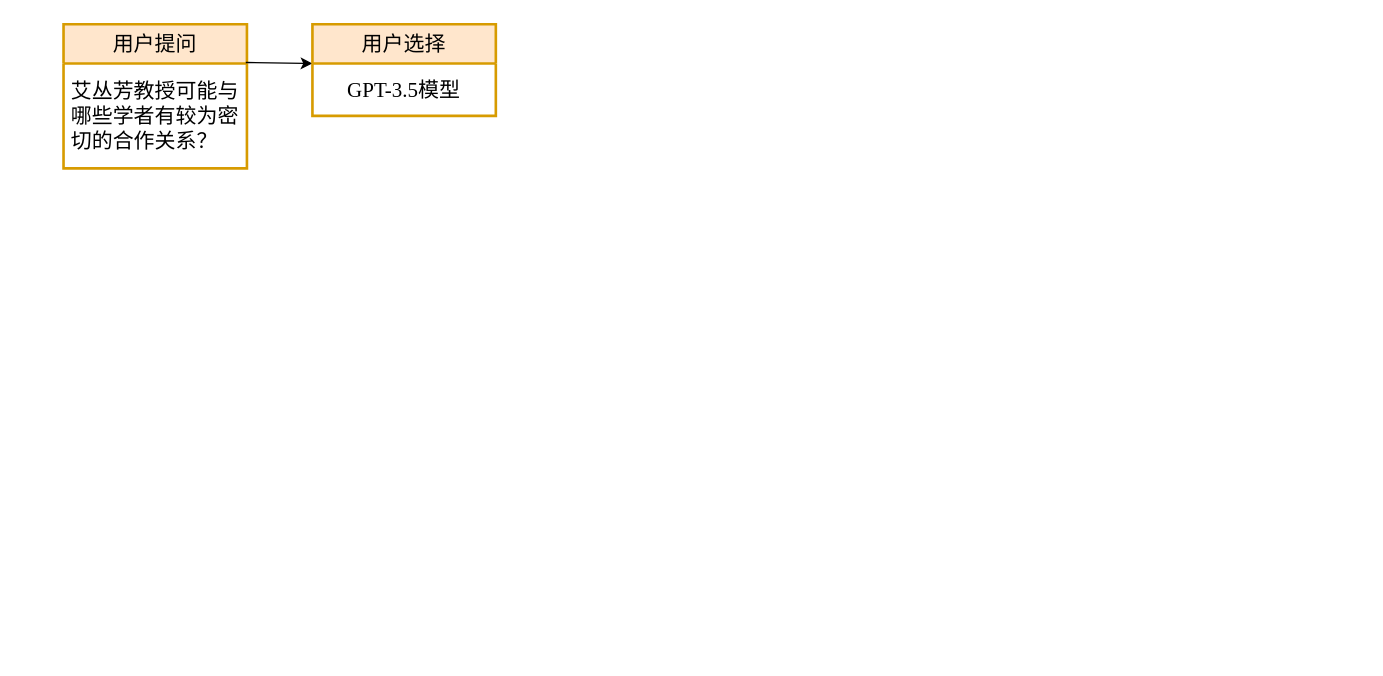
sjgcsf/software_engineering keeps this draw.io diagram as 用户通过选择GPT-3.5模型.drawio. Above is the earlier version. Source tidied: cells renumbered, new cells numbered last; positions are measured from the earlier drawing's top-left corner, leaving out a move shared by most shapes. Both pictures are drawn from the tidied source at 131%, with x=0, y=0 at pixel (63, 24).
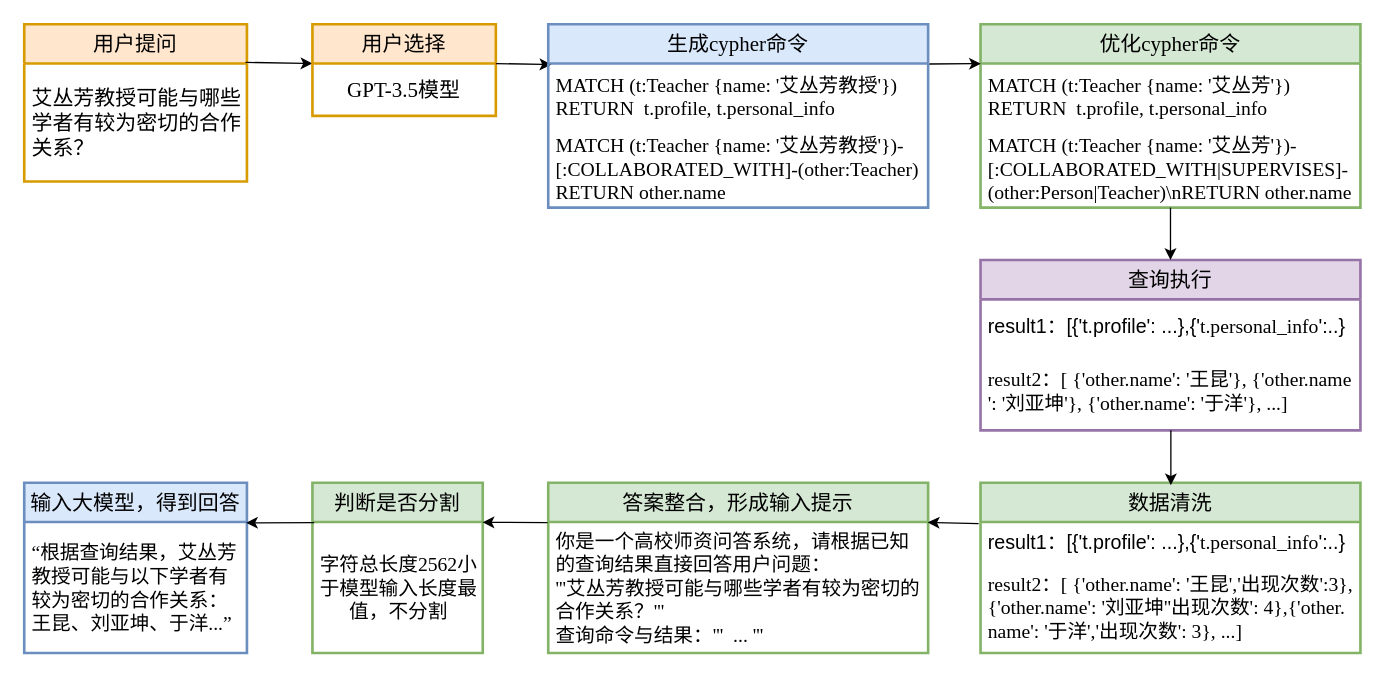
Above is the later version.

Commit message (it also covers changes not shown here):
更新用户通过选择GPT-3.5模型.drawio

Change to the diagram source:
```diff
@@
     <mxCell id="2" value="&lt;span style=&quot;font-family: &amp;quot;Times New Roman&amp;quot;; font-size: 16px;&quot;&gt;用户提问&lt;/span&gt;" style="swimlane;fontStyle=0;horizontal=1;startSize=30;whiteSpace=wrap;html=1;strokeWidth=2;fillColor=#ffe6cc;strokeColor=#d79b00;" parent="1" vertex="1">
-      <mxGeometry width="140" height="110" as="geometry" />
+      <mxGeometry x="-30" width="170" height="120" as="geometry" />
     </mxCell>
     <mxCell id="3" value="&lt;span style=&quot;font-family: &amp;quot;Times New Roman&amp;quot;; font-size: 16px; text-align: center;&quot;&gt;艾丛芳教授可能与哪些学者有较为密切的合作关系？&lt;/span&gt;" style="text;strokeColor=none;fillColor=none;align=left;verticalAlign=middle;spacingLeft=4;spacingRight=4;overflow=hidden;points=[[0,0.5],[1,0.5]];portConstraint=eastwest;whiteSpace=wrap;html=1;fontFamily=Helvetica;fontSize=12;fontColor=default;" parent="2" vertex="1">
-      <mxGeometry y="30" width="140" height="80" as="geometry" />
+      <mxGeometry y="30" width="170" height="90" as="geometry" />
     </mxCell>
@@
+    <mxCell id="7" style="endArrow=classic;html=1;rounded=0;entryX=0.006;entryY=0.01;entryDx=0;entryDy=0;entryPerimeter=0;" parent="1" edge="1">
+      <mxGeometry relative="1" as="geometry">
+        <mxPoint x="330" y="30" as="sourcePoint" />
+        <mxPoint x="372.4" y="30.8" as="targetPoint" />
+      </mxGeometry>
+    </mxCell>
+    <mxCell id="8" value="&lt;span style=&quot;font-family: &amp;quot;Times New Roman&amp;quot;; font-size: 16px;&quot;&gt;生成cypher命令&lt;/span&gt;" style="swimlane;fontStyle=0;horizontal=1;startSize=30;whiteSpace=wrap;html=1;align=center;verticalAlign=middle;spacingLeft=4;spacingRight=4;fontFamily=Helvetica;fontSize=12;fontColor=default;fillColor=#dae8fc;gradientColor=none;strokeColor=#6c8ebf;strokeWidth=2;" parent="1" vertex="1">
+      <mxGeometry x="370" width="290" height="140" as="geometry" />
+    </mxCell>
+    <mxCell id="9" value="&lt;div style=&quot;font-size: 15px;&quot;&gt;&lt;span style=&quot;background-color: initial;&quot;&gt;&lt;font face=&quot;Times New Roman&quot; style=&quot;font-size: 15px;&quot;&gt;MATCH (t:Teacher {name: '艾丛芳教授'})&lt;/font&gt;&lt;/span&gt;&lt;/div&gt;&lt;div style=&quot;font-size: 15px;&quot;&gt;&lt;span style=&quot;background-color: initial;&quot;&gt;&lt;font face=&quot;Times New Roman&quot;&gt;&lt;font style=&quot;font-size: 15px;&quot;&gt;RETURN&amp;nbsp; t&lt;/font&gt;&lt;font style=&quot;font-size: 15px;&quot;&gt;.profile, t.personal_inf&lt;/font&gt;&lt;font style=&quot;font-size: 15px;&quot;&gt;o&lt;/font&gt;&lt;/font&gt;&lt;/span&gt;&lt;/div&gt;" style="text;strokeColor=none;fillColor=none;align=left;verticalAlign=middle;spacingLeft=4;spacingRight=4;overflow=hidden;points=[[0,0.5],[1,0.5]];portConstraint=eastwest;whiteSpace=wrap;html=1;fontFamily=Helvetica;fontSize=12;fontColor=default;fontStyle=0;" parent="8" vertex="1">
+      <mxGeometry y="30" width="290" height="50" as="geometry" />
+    </mxCell>
+    <mxCell id="10" value="&lt;font face=&quot;Times New Roman&quot; style=&quot;font-size: 15px;&quot;&gt;MATCH (t:Teacher {name: '艾丛芳教授'})-[:COLLABORATED_WITH]-(other:Teacher)&lt;/font&gt;&lt;div&gt;&lt;font face=&quot;Times New Roman&quot; style=&quot;font-size: 15px;&quot;&gt;RETURN other.name&lt;/font&gt;&lt;/div&gt;" style="text;strokeColor=none;fillColor=none;align=left;verticalAlign=middle;spacingLeft=4;spacingRight=4;overflow=hidden;whiteSpace=wrap;html=1;fontFamily=Helvetica;fontSize=12;fontColor=default;fontStyle=0;" parent="8" vertex="1">
+      <mxGeometry y="80" width="290" height="60" as="geometry" />
+    </mxCell>
+    <mxCell id="11" value="&lt;span style=&quot;font-family: &amp;quot;Times New Roman&amp;quot;; font-size: 16px;&quot;&gt;优化cypher命令&lt;/span&gt;" style="swimlane;fontStyle=0;horizontal=1;startSize=30;whiteSpace=wrap;html=1;align=center;verticalAlign=middle;spacingLeft=4;spacingRight=4;fontFamily=Helvetica;fontSize=12;fillColor=#d5e8d4;strokeColor=#82b366;strokeWidth=2;" parent="1" vertex="1">
+      <mxGeometry x="700" width="290" height="140" as="geometry" />
+    </mxCell>
+    <mxCell id="12" value="&lt;div style=&quot;font-size: 15px;&quot;&gt;&lt;span style=&quot;background-color: initial;&quot;&gt;&lt;font face=&quot;Times New Roman&quot; style=&quot;font-size: 15px;&quot;&gt;MATCH (t:Teacher {name: '艾丛芳'})&lt;/font&gt;&lt;/span&gt;&lt;/div&gt;&lt;div style=&quot;font-size: 15px;&quot;&gt;&lt;span style=&quot;background-color: initial;&quot;&gt;&lt;font face=&quot;Times New Roman&quot;&gt;&lt;font style=&quot;font-size: 15px;&quot;&gt;RETURN&amp;nbsp; t&lt;/font&gt;&lt;font style=&quot;font-size: 15px;&quot;&gt;.profile, t.personal_inf&lt;/font&gt;&lt;font style=&quot;font-size: 15px;&quot;&gt;o&lt;/font&gt;&lt;/font&gt;&lt;/span&gt;&lt;/div&gt;" style="text;strokeColor=none;fillColor=none;align=left;verticalAlign=middle;spacingLeft=4;spacingRight=4;overflow=hidden;points=[[0,0.5],[1,0.5]];portConstraint=eastwest;whiteSpace=wrap;html=1;fontFamily=Helvetica;fontSize=12;fontColor=default;fontStyle=0;" parent="11" vertex="1">
+      <mxGeometry y="30" width="290" height="50" as="geometry" />
+    </mxCell>
+    <mxCell id="13" value="&lt;font face=&quot;Times New Roman&quot; style=&quot;&quot;&gt;&lt;span style=&quot;font-size: 15px;&quot;&gt;MATCH (t:Teacher {name: '艾丛芳'})-[:COLLABORATED_WITH|SUPERVISES]-(other:Person|Teacher)\nRETURN other.name&lt;/span&gt;&lt;br&gt;&lt;/font&gt;" style="text;strokeColor=none;fillColor=none;align=left;verticalAlign=middle;spacingLeft=4;spacingRight=4;overflow=hidden;whiteSpace=wrap;html=1;fontFamily=Helvetica;fontSize=12;fontColor=default;fontStyle=0;" parent="11" vertex="1">
+      <mxGeometry y="80" width="290" height="60" as="geometry" />
+    </mxCell>
+    <mxCell id="14" style="endArrow=classic;html=1;rounded=0;exitX=1.003;exitY=0.007;exitDx=0;exitDy=0;exitPerimeter=0;entryX=0.001;entryY=0.002;entryDx=0;entryDy=0;entryPerimeter=0;" parent="1" edge="1" source="9" target="12">
+      <mxGeometry relative="1" as="geometry" />
+    </mxCell>
+    <mxCell id="15" value="&lt;font face=&quot;Times New Roman&quot;&gt;&lt;span style=&quot;font-size: 16px;&quot;&gt;查询执行&lt;/span&gt;&lt;/font&gt;" style="swimlane;fontStyle=0;horizontal=1;startSize=30;whiteSpace=wrap;html=1;align=center;verticalAlign=middle;spacingLeft=4;spacingRight=4;fontFamily=Helvetica;fontSize=12;fillColor=#e1d5e7;strokeColor=#9673a6;strokeWidth=2;" parent="1" vertex="1">
+      <mxGeometry x="700" y="180" width="290" height="130" as="geometry" />
+    </mxCell>
+    <mxCell id="16" value="&lt;div style=&quot;&quot;&gt;&lt;div style=&quot;&quot;&gt;&lt;span style=&quot;font-size: 15px; background-color: initial;&quot;&gt;result1：&lt;/span&gt;&lt;span style=&quot;background-color: initial; font-size: 15px;&quot;&gt;[{'t.profile': ...},{'&lt;/span&gt;&lt;font style=&quot;background-color: initial; font-family: &amp;quot;Times New Roman&amp;quot;; font-size: 15px;&quot;&gt;t.personal_inf&lt;/font&gt;&lt;font style=&quot;background-color: initial; font-family: &amp;quot;Times New Roman&amp;quot;; font-size: 15px;&quot;&gt;o&lt;/font&gt;&lt;span style=&quot;background-color: initial; font-size: 15px;&quot;&gt;':..}&lt;/span&gt;&lt;/div&gt;&lt;/div&gt;" style="text;strokeColor=none;fillColor=none;align=left;verticalAlign=middle;spacingLeft=4;spacingRight=4;overflow=hidden;whiteSpace=wrap;html=1;fontFamily=Helvetica;fontSize=12;fontColor=default;fontStyle=0;" parent="15" vertex="1">
+      <mxGeometry y="30" width="290" height="40" as="geometry" />
+    </mxCell>
+    <mxCell id="17" value="&lt;font face=&quot;Times New Roman&quot;&gt;&lt;span style=&quot;font-size: 15px;&quot;&gt;&lt;div&gt;&lt;span style=&quot;background-color: initial;&quot;&gt;result2：[ {'other.name': '王昆'}, {'other.&lt;/span&gt;&lt;span style=&quot;background-color: initial;&quot;&gt;na&lt;/span&gt;&lt;span style=&quot;background-color: initial;&quot;&gt;me&lt;/span&gt;&lt;/div&gt;&lt;div&gt;&lt;span style=&quot;background-color: initial;&quot;&gt;':&lt;/span&gt;&lt;span style=&quot;background-color: initial;&quot;&gt;&amp;nbsp;'刘亚坤'}, {'other.name': '于洋'}, ...]&lt;/span&gt;&lt;/div&gt;&lt;/span&gt;&lt;/font&gt;" style="text;strokeColor=none;fillColor=none;align=left;verticalAlign=middle;spacingLeft=4;spacingRight=4;overflow=hidden;points=[[0,0.5],[1,0.5]];portConstraint=eastwest;whiteSpace=wrap;html=1;fontFamily=Helvetica;fontSize=12;fontColor=default;fontStyle=0;" parent="15" vertex="1">
+      <mxGeometry y="70" width="290" height="60" as="geometry" />
+    </mxCell>
+    <mxCell id="18" value="&lt;font face=&quot;Times New Roman&quot;&gt;&lt;span style=&quot;font-size: 16px;&quot;&gt;数据清洗&lt;/span&gt;&lt;/font&gt;" style="swimlane;fontStyle=0;horizontal=1;startSize=30;whiteSpace=wrap;html=1;align=center;verticalAlign=middle;spacingLeft=4;spacingRight=4;fontFamily=Helvetica;fontSize=12;fillColor=#d5e8d4;strokeColor=#82b366;strokeWidth=2;" parent="1" vertex="1">
+      <mxGeometry x="700" y="350" width="290" height="130" as="geometry" />
+    </mxCell>
+    <mxCell id="19" value="&lt;div style=&quot;&quot;&gt;&lt;div style=&quot;&quot;&gt;&lt;span style=&quot;font-size: 15px; background-color: initial;&quot;&gt;result1：&lt;/span&gt;&lt;span style=&quot;background-color: initial; font-size: 15px;&quot;&gt;[{'t.profile': ...},{'&lt;/span&gt;&lt;font style=&quot;background-color: initial; font-family: &amp;quot;Times New Roman&amp;quot;; font-size: 15px;&quot;&gt;t.personal_inf&lt;/font&gt;&lt;font style=&quot;background-color: initial; font-family: &amp;quot;Times New Roman&amp;quot;; font-size: 15px;&quot;&gt;o&lt;/font&gt;&lt;span style=&quot;background-color: initial; font-size: 15px;&quot;&gt;':..}&lt;/span&gt;&lt;/div&gt;&lt;/div&gt;" style="text;strokeColor=none;fillColor=none;align=left;verticalAlign=middle;spacingLeft=4;spacingRight=4;overflow=hidden;points=[[0,0.5],[1,0.5]];portConstraint=eastwest;whiteSpace=wrap;html=1;fontFamily=Helvetica;fontSize=12;fontColor=default;fontStyle=0;" parent="18" vertex="1">
+      <mxGeometry y="30" width="290" height="30" as="geometry" />
+    </mxCell>
+    <mxCell id="20" value="&lt;font face=&quot;Times New Roman&quot;&gt;&lt;div style=&quot;&quot;&gt;&lt;span style=&quot;font-size: 15px; background-color: initial;&quot;&gt;result2：[ {'other.name': '王昆',&lt;/span&gt;&lt;span style=&quot;background-color: initial; font-size: 15px;&quot;&gt;'出现次数':3&lt;/span&gt;&lt;span style=&quot;font-size: 15px; background-color: initial;&quot;&gt;}, {'other.&lt;/span&gt;&lt;span style=&quot;font-size: 15px; background-color: initial;&quot;&gt;na&lt;/span&gt;&lt;span style=&quot;font-size: 15px; background-color: initial;&quot;&gt;me&lt;/span&gt;&lt;span style=&quot;background-color: initial; font-size: 15px;&quot;&gt;':&lt;/span&gt;&lt;span style=&quot;background-color: initial; font-size: 15px;&quot;&gt;&amp;nbsp;'刘亚坤'&lt;/span&gt;&lt;span style=&quot;background-color: initial; font-size: 15px;&quot;&gt;'出现次数': 4&lt;/span&gt;&lt;span style=&quot;background-color: initial; font-size: 15px;&quot;&gt;},{'other.&lt;/span&gt;&lt;/div&gt;&lt;div style=&quot;&quot;&gt;&lt;span style=&quot;background-color: initial; font-size: 15px;&quot;&gt;name': '于洋',&lt;/span&gt;&lt;span style=&quot;background-color: initial; font-size: 15px;&quot;&gt;'出现次数': 3&lt;/span&gt;&lt;span style=&quot;background-color: initial; font-size: 15px;&quot;&gt;}, ...]&lt;/span&gt;&lt;/div&gt;&lt;/font&gt;" style="text;strokeColor=none;fillColor=none;align=left;verticalAlign=middle;spacingLeft=4;spacingRight=4;overflow=hidden;whiteSpace=wrap;html=1;fontFamily=Helvetica;fontSize=12;fontColor=default;fontStyle=0;" parent="18" vertex="1">
+      <mxGeometry y="60" width="290" height="70" as="geometry" />
+    </mxCell>
+    <mxCell id="21" style="endArrow=classic;html=1;rounded=0;exitX=0.5;exitY=1;exitDx=0;exitDy=0;" parent="1" edge="1" source="11" target="15">
+      <mxGeometry relative="1" as="geometry" />
+    </mxCell>
+    <mxCell id="22" style="endArrow=classic;html=1;rounded=0;exitX=0.501;exitY=1;exitDx=0;exitDy=0;exitPerimeter=0;entryX=0.501;entryY=0.015;entryDx=0;entryDy=0;entryPerimeter=0;" parent="1" edge="1" source="17" target="18">
+      <mxGeometry relative="1" as="geometry" />
+    </mxCell>
+    <mxCell id="23" value="&lt;font face=&quot;Times New Roman&quot;&gt;&lt;span style=&quot;font-size: 16px;&quot;&gt;答案整合，形成输入提示&lt;/span&gt;&lt;/font&gt;" style="swimlane;fontStyle=0;horizontal=1;startSize=30;whiteSpace=wrap;html=1;align=center;verticalAlign=middle;spacingLeft=4;spacingRight=4;fontFamily=Helvetica;fontSize=12;fillColor=#d5e8d4;strokeColor=#82b366;strokeWidth=2;" parent="1" vertex="1">
+      <mxGeometry x="370" y="350" width="290" height="130" as="geometry" />
+    </mxCell>
+    <mxCell id="24" value="&lt;font style=&quot;font-size: 15px;&quot; face=&quot;Times New Roman&quot;&gt;&lt;div style=&quot;&quot;&gt;&lt;div&gt;你是一个高校师资问答系统，请根据已知的查询结果直接回答用户问题：&lt;/div&gt;&lt;div&gt;'''艾丛芳教授可能与哪些学者有较为密切的合作关系？'''&lt;/div&gt;&lt;div&gt;查询命令与结果：'''&amp;nbsp; ... '''&amp;nbsp;&lt;/div&gt;&lt;/div&gt;&lt;/font&gt;" style="text;strokeColor=none;fillColor=none;align=left;verticalAlign=middle;spacingLeft=4;spacingRight=4;overflow=hidden;points=[[0,0.5],[1,0.5]];portConstraint=eastwest;whiteSpace=wrap;html=1;fontFamily=Helvetica;fontSize=12;fontColor=default;fontStyle=0;" parent="23" vertex="1">
+      <mxGeometry y="30" width="290" height="100" as="geometry" />
+    </mxCell>
+    <mxCell id="25" style="endArrow=classic;html=1;rounded=0;entryX=0.999;entryY=0.003;entryDx=0;entryDy=0;entryPerimeter=0;exitX=-0.005;exitY=0.04;exitDx=0;exitDy=0;exitPerimeter=0;" parent="1" edge="1" source="19" target="24">
+      <mxGeometry relative="1" as="geometry" />
+    </mxCell>
+    <mxCell id="26" value="&lt;font face=&quot;Times New Roman&quot;&gt;&lt;span style=&quot;font-size: 16px;&quot;&gt;判断是否分割&lt;/span&gt;&lt;/font&gt;" style="swimlane;fontStyle=0;horizontal=1;startSize=30;whiteSpace=wrap;html=1;align=center;verticalAlign=middle;spacingLeft=4;spacingRight=4;fontFamily=Helvetica;fontSize=12;fillColor=#d5e8d4;strokeColor=#82b366;strokeWidth=2;" parent="1" vertex="1">
+      <mxGeometry x="190" y="350" width="130" height="130" as="geometry" />
+    </mxCell>
+    <mxCell id="27" value="&lt;font style=&quot;&quot; face=&quot;Times New Roman&quot;&gt;&lt;div style=&quot;text-align: center;&quot;&gt;&lt;span style=&quot;font-size: 15px;&quot;&gt;字符总长度2562小于模型输入长度最值，&lt;/span&gt;&lt;span style=&quot;font-size: 15px; background-color: initial;&quot;&gt;不分割&lt;/span&gt;&lt;/div&gt;&lt;/font&gt;" style="text;strokeColor=none;fillColor=none;align=left;verticalAlign=middle;spacingLeft=4;spacingRight=4;overflow=hidden;points=[[0,0.5],[1,0.5]];portConstraint=eastwest;whiteSpace=wrap;html=1;fontFamily=Helvetica;fontSize=12;fontColor=default;fontStyle=0;" parent="26" vertex="1">
+      <mxGeometry y="30" width="130" height="100" as="geometry" />
+    </mxCell>
+    <mxCell id="28" style="endArrow=classic;html=1;rounded=0;entryX=0.999;entryY=0.002;entryDx=0;entryDy=0;entryPerimeter=0;exitX=-0.002;exitY=0.004;exitDx=0;exitDy=0;exitPerimeter=0;" parent="1" edge="1" source="24" target="27">
+      <mxGeometry relative="1" as="geometry" />
+    </mxCell>
+    <mxCell id="29" value="&lt;font face=&quot;Times New Roman&quot;&gt;&lt;span style=&quot;font-size: 16px;&quot;&gt;输入大模型，得到回答&lt;/span&gt;&lt;/font&gt;" style="swimlane;fontStyle=0;horizontal=1;startSize=30;whiteSpace=wrap;html=1;align=center;verticalAlign=middle;spacingLeft=4;spacingRight=4;fontFamily=Helvetica;fontSize=12;fontColor=default;fillColor=#dae8fc;gradientColor=none;strokeColor=#6c8ebf;strokeWidth=2;" parent="1" vertex="1">
+      <mxGeometry x="-30" y="350" width="170" height="130" as="geometry" />
+    </mxCell>
+    <mxCell id="30" value="&lt;font face=&quot;Times New Roman&quot;&gt;&lt;span style=&quot;font-size: 15px;&quot;&gt;“根据查询结果，艾丛芳教授可能与以下学者有较为密切的合作关系：王昆、刘亚坤、于洋...”&lt;/span&gt;&lt;/font&gt;" style="text;strokeColor=none;fillColor=none;align=left;verticalAlign=middle;spacingLeft=4;spacingRight=4;overflow=hidden;points=[[0,0.5],[1,0.5]];portConstraint=eastwest;whiteSpace=wrap;html=1;fontFamily=Helvetica;fontSize=12;fontColor=default;fontStyle=0;" parent="29" vertex="1">
+      <mxGeometry y="30" width="170" height="100" as="geometry" />
+    </mxCell>
+    <mxCell id="31" style="endArrow=classic;html=1;rounded=0;entryX=0.996;entryY=0.006;entryDx=0;entryDy=0;entryPerimeter=0;exitX=0.01;exitY=0.005;exitDx=0;exitDy=0;exitPerimeter=0;" parent="1" edge="1" source="27" target="30">
+      <mxGeometry relative="1" as="geometry" />
+    </mxCell>
```
